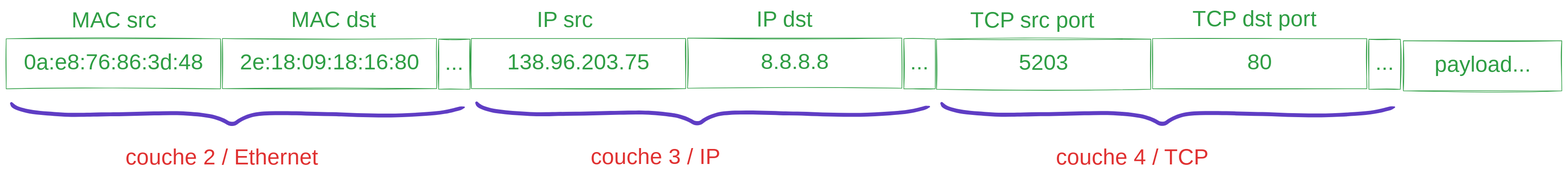
This is notebooks/media/packet-layers.excalidraw.svg from ue22-p25/backend, a Excalidraw export, as it was before one commit. Source tidied: one line per element, renumbered; positions are measured from the earlier drawing's top-left corner, leaving out a move shared by most shapes. Its diagram source:
```json
{"id": 0, "type": "freedraw", "strokeColor": "#5f3dc4", "backgroundColor": "#fa5252", "fillStyle": "solid", "strokeWidth": 1, "roughness": 1, "round": true, "x": 9, "y": 157, "width": 733, "height": 34, "points": [[0, 0], [0, -1], [3, 5], [20, 11], [49, 16], [83, 18], [115, 18], [146, 18], [191, 17], [233, 16], [271, 15], [304, 18], [332, 22], [348, 30], [355, 33], [365, 31], [379, 21], [401, 16], [428, 15], [461, 16], [509, 17], [554, 19], [605, 19], [676, 17], [716, 11], [733, 6]]}
{"id": 1, "type": "text", "text": "MAC dst", "strokeColor": "#2f9e44", "strokeWidth": 1, "roughness": 1, "fontSize": 36, "fontFamily": 5, "x": 461, "y": 2, "width": 150, "height": 45}
{"id": 2, "type": "rectangle", "strokeColor": "#2f9e44", "strokeWidth": 1, "roughness": 1, "x": 349, "y": 52, "width": 346, "height": 81}
{"id": 3, "type": "text", "text": "2e:18:09:18:16:80", "strokeColor": "#2f9e44", "strokeWidth": 1, "roughness": 1, "fontSize": 36, "fontFamily": 5, "textAlign": "center", "verticalAlign": "middle", "inside": 2, "x": 391, "y": 70, "width": 264, "height": 45}
{"id": 4, "type": "rectangle", "strokeColor": "#2f9e44", "strokeWidth": 1, "roughness": 1, "x": 0, "y": 52, "width": 346, "height": 81}
{"id": 5, "type": "text", "text": "0a:e8:76:86:3d:48", "strokeColor": "#2f9e44", "strokeWidth": 1, "roughness": 1, "fontSize": 36, "fontFamily": 5, "textAlign": "center", "verticalAlign": "middle", "inside": 4, "x": 42, "y": 70, "width": 262, "height": 45}
{"id": 6, "type": "text", "text": "MAC src", "strokeColor": "#2f9e44", "strokeWidth": 1, "roughness": 1, "fontSize": 36, "fontFamily": 5, "verticalAlign": "middle", "x": 106, "y": 2, "width": 141, "height": 45}
{"id": 7, "type": "rectangle", "strokeColor": "#2f9e44", "strokeWidth": 1, "roughness": 1, "x": 699, "y": 53, "width": 51, "height": 81}
{"id": 8, "type": "text", "text": "...", "strokeColor": "#2f9e44", "strokeWidth": 1, "roughness": 1, "fontSize": 36, "fontFamily": 5, "textAlign": "center", "verticalAlign": "middle", "inside": 7, "x": 711, "y": 71, "width": 27, "height": 45}
{"id": 9, "type": "text", "text": "couche 2 / Ethernet", "strokeColor": "#e03131", "strokeWidth": 1, "roughness": 1, "fontSize": 36, "fontFamily": 5, "x": 193, "y": 224, "width": 364, "height": 45}
{"id": 10, "type": "freedraw", "strokeColor": "#5f3dc4", "backgroundColor": "#fa5252", "fillStyle": "solid", "strokeWidth": 1, "roughness": 1, "round": true, "x": 761, "y": 156, "width": 733, "height": 34, "points": [[0, 0], [0, -1], [3, 5], [20, 11], [49, 16], [83, 18], [115, 18], [146, 18], [191, 17], [233, 16], [271, 15], [304, 18], [332, 22], [348, 30], [355, 33], [365, 31], [379, 21], [401, 16], [428, 15], [461, 16], [509, 17], [554, 19], [605, 19], [676, 17], [716, 11], [733, 6]]}
{"id": 11, "type": "text", "text": "IP dst", "strokeColor": "#2f9e44", "strokeWidth": 1, "roughness": 1, "fontSize": 36, "fontFamily": 5, "x": 1213, "y": 1, "width": 120, "height": 45}
{"id": 12, "type": "rectangle", "strokeColor": "#2f9e44", "strokeWidth": 1, "roughness": 1, "x": 1101, "y": 52, "width": 346, "height": 81}
{"id": 13, "type": "text", "text": "8.8.8.8", "strokeColor": "#2f9e44", "strokeWidth": 1, "roughness": 1, "fontSize": 36, "fontFamily": 5, "textAlign": "center", "verticalAlign": "middle", "inside": 12, "x": 1225, "y": 69, "width": 99, "height": 45}
{"id": 14, "type": "rectangle", "strokeColor": "#2f9e44", "strokeWidth": 1, "roughness": 1, "x": 752, "y": 52, "width": 346, "height": 81}
{"id": 15, "type": "text", "text": "138.96.203.75", "strokeColor": "#2f9e44", "strokeWidth": 1, "roughness": 1, "fontSize": 36, "fontFamily": 5, "textAlign": "center", "verticalAlign": "middle", "inside": 14, "x": 822, "y": 70, "width": 207, "height": 45}
{"id": 16, "type": "text", "text": "IP src", "strokeColor": "#2f9e44", "strokeWidth": 1, "roughness": 1, "fontSize": 36, "fontFamily": 5, "verticalAlign": "middle", "x": 858, "y": 2, "width": 112, "height": 45}
{"id": 17, "type": "rectangle", "strokeColor": "#2f9e44", "strokeWidth": 1, "roughness": 1, "x": 1451, "y": 52, "width": 51, "height": 81}
{"id": 18, "type": "text", "text": "...", "strokeColor": "#2f9e44", "strokeWidth": 1, "roughness": 1, "fontSize": 36, "fontFamily": 5, "textAlign": "center", "verticalAlign": "middle", "inside": 17, "x": 1463, "y": 70, "width": 27, "height": 45}
{"id": 19, "type": "text", "text": "couche 3 / IP", "strokeColor": "#e03131", "strokeWidth": 1, "roughness": 1, "fontSize": 36, "fontFamily": 5, "x": 945, "y": 223, "width": 247, "height": 45}
{"id": 20, "type": "freedraw", "strokeColor": "#5f3dc4", "backgroundColor": "#fa5252", "fillStyle": "solid", "strokeWidth": 1, "roughness": 1, "round": true, "x": 1512, "y": 157, "width": 733, "height": 34, "points": [[0, 0], [0, -1], [3, 5], [20, 11], [49, 16], [83, 18], [115, 18], [146, 18], [191, 17], [233, 16], [271, 15], [304, 18], [332, 22], [348, 30], [355, 33], [365, 31], [379, 21], [401, 16], [428, 15], [461, 16], [509, 17], [554, 19], [605, 19], [676, 17], [716, 11], [733, 6]]}
{"id": 21, "type": "text", "text": "TCP dst port", "strokeColor": "#2f9e44", "strokeWidth": 1, "roughness": 1, "fontSize": 36, "fontFamily": 5, "x": 1918, "y": 0, "width": 245, "height": 45}
{"id": 22, "type": "rectangle", "strokeColor": "#2f9e44", "strokeWidth": 1, "roughness": 1, "x": 1853, "y": 52, "width": 346, "height": 81}
{"id": 23, "type": "text", "text": "80", "strokeColor": "#2f9e44", "strokeWidth": 1, "roughness": 1, "fontSize": 36, "fontFamily": 5, "textAlign": "center", "verticalAlign": "middle", "inside": 22, "x": 2008, "y": 70, "width": 36, "height": 45}
{"id": 24, "type": "rectangle", "strokeColor": "#2f9e44", "strokeWidth": 1, "roughness": 1, "x": 1504, "y": 53, "width": 346, "height": 81}
{"id": 25, "type": "text", "text": "5203", "strokeColor": "#2f9e44", "strokeWidth": 1, "roughness": 1, "fontSize": 36, "fontFamily": 5, "textAlign": "center", "verticalAlign": "middle", "inside": 24, "x": 1641, "y": 71, "width": 72, "height": 45}
{"id": 26, "type": "text", "text": "TCP src port", "strokeColor": "#2f9e44", "strokeWidth": 1, "roughness": 1, "fontSize": 36, "fontFamily": 5, "verticalAlign": "middle", "x": 1559, "y": 3, "width": 237, "height": 45}
{"id": 27, "type": "rectangle", "strokeColor": "#2f9e44", "strokeWidth": 1, "roughness": 1, "x": 2203, "y": 53, "width": 51, "height": 81}
{"id": 28, "type": "text", "text": "...", "strokeColor": "#2f9e44", "strokeWidth": 1, "roughness": 1, "fontSize": 36, "fontFamily": 5, "textAlign": "center", "verticalAlign": "middle", "inside": 27, "x": 2215, "y": 71, "width": 27, "height": 45}
{"id": 29, "type": "text", "text": "couche 4 / TCP", "strokeColor": "#e03131", "strokeWidth": 1, "roughness": 1, "fontSize": 36, "fontFamily": 5, "x": 1697, "y": 224, "width": 280, "height": 45}
{"id": 30, "type": "rectangle", "strokeColor": "#2f9e44", "strokeWidth": 1, "roughness": 1, "x": 2259, "y": 56, "width": 256, "height": 81}
{"id": 31, "type": "text", "text": "payload...", "strokeColor": "#2f9e44", "strokeWidth": 1, "roughness": 1, "fontSize": 36, "fontFamily": 5, "textAlign": "center", "verticalAlign": "middle", "inside": 30, "x": 2316, "y": 74, "width": 141, "height": 45}
```
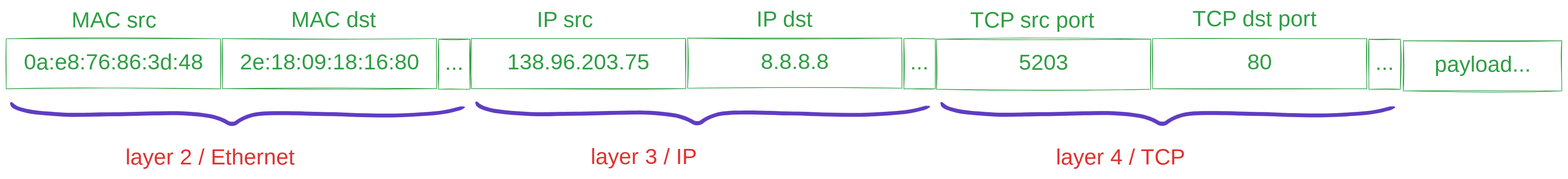
Above is the later version.

Change to the diagram source:
```diff
@@ -7,7 +7,7 @@
 {"id": 6, "type": "text", "text": "MAC src", "strokeColor": "#2f9e44", "strokeWidth": 1, "roughness": 1, "fontSize": 36, "fontFamily": 5, "verticalAlign": "middle", "x": 106, "y": 2, "width": 141, "height": 45}
 {"id": 7, "type": "rectangle", "strokeColor": "#2f9e44", "strokeWidth": 1, "roughness": 1, "x": 699, "y": 53, "width": 51, "height": 81}
 {"id": 8, "type": "text", "text": "...", "strokeColor": "#2f9e44", "strokeWidth": 1, "roughness": 1, "fontSize": 36, "fontFamily": 5, "textAlign": "center", "verticalAlign": "middle", "inside": 7, "x": 711, "y": 71, "width": 27, "height": 45}
-{"id": 9, "type": "text", "text": "couche 2 / Ethernet", "strokeColor": "#e03131", "strokeWidth": 1, "roughness": 1, "fontSize": 36, "fontFamily": 5, "x": 193, "y": 224, "width": 364, "height": 45}
+{"id": 9, "type": "text", "text": "layer 2 / Ethernet", "strokeColor": "#e03131", "strokeWidth": 1, "roughness": 1, "fontSize": 36, "fontFamily": 5, "x": 193, "y": 224, "width": 329, "height": 45}
 {"id": 10, "type": "freedraw", "strokeColor": "#5f3dc4", "backgroundColor": "#fa5252", "fillStyle": "solid", "strokeWidth": 1, "roughness": 1, "round": true, "x": 761, "y": 156, "width": 733, "height": 34, "points": [[0, 0], [0, -1], [3, 5], [20, 11], [49, 16], [83, 18], [115, 18], [146, 18], [191, 17], [233, 16], [271, 15], [304, 18], [332, 22], [348, 30], [355, 33], [365, 31], [379, 21], [401, 16], [428, 15], [461, 16], [509, 17], [554, 19], [605, 19], [676, 17], [716, 11], [733, 6]]}
 {"id": 11, "type": "text", "text": "IP dst", "strokeColor": "#2f9e44", "strokeWidth": 1, "roughness": 1, "fontSize": 36, "fontFamily": 5, "x": 1213, "y": 1, "width": 120, "height": 45}
 {"id": 12, "type": "rectangle", "strokeColor": "#2f9e44", "strokeWidth": 1, "roughness": 1, "x": 1101, "y": 52, "width": 346, "height": 81}
@@ -17,7 +17,7 @@
 {"id": 16, "type": "text", "text": "IP src", "strokeColor": "#2f9e44", "strokeWidth": 1, "roughness": 1, "fontSize": 36, "fontFamily": 5, "verticalAlign": "middle", "x": 858, "y": 2, "width": 112, "height": 45}
 {"id": 17, "type": "rectangle", "strokeColor": "#2f9e44", "strokeWidth": 1, "roughness": 1, "x": 1451, "y": 52, "width": 51, "height": 81}
 {"id": 18, "type": "text", "text": "...", "strokeColor": "#2f9e44", "strokeWidth": 1, "roughness": 1, "fontSize": 36, "fontFamily": 5, "textAlign": "center", "verticalAlign": "middle", "inside": 17, "x": 1463, "y": 70, "width": 27, "height": 45}
-{"id": 19, "type": "text", "text": "couche 3 / IP", "strokeColor": "#e03131", "strokeWidth": 1, "roughness": 1, "fontSize": 36, "fontFamily": 5, "x": 945, "y": 223, "width": 247, "height": 45}
+{"id": 19, "type": "text", "text": "layer 3 / IP", "strokeColor": "#e03131", "strokeWidth": 1, "roughness": 1, "fontSize": 36, "fontFamily": 5, "x": 945, "y": 223, "width": 212, "height": 45}
 {"id": 20, "type": "freedraw", "strokeColor": "#5f3dc4", "backgroundColor": "#fa5252", "fillStyle": "solid", "strokeWidth": 1, "roughness": 1, "round": true, "x": 1512, "y": 157, "width": 733, "height": 34, "points": [[0, 0], [0, -1], [3, 5], [20, 11], [49, 16], [83, 18], [115, 18], [146, 18], [191, 17], [233, 16], [271, 15], [304, 18], [332, 22], [348, 30], [355, 33], [365, 31], [379, 21], [401, 16], [428, 15], [461, 16], [509, 17], [554, 19], [605, 19], [676, 17], [716, 11], [733, 6]]}
 {"id": 21, "type": "text", "text": "TCP dst port", "strokeColor": "#2f9e44", "strokeWidth": 1, "roughness": 1, "fontSize": 36, "fontFamily": 5, "x": 1918, "y": 0, "width": 245, "height": 45}
 {"id": 22, "type": "rectangle", "strokeColor": "#2f9e44", "strokeWidth": 1, "roughness": 1, "x": 1853, "y": 52, "width": 346, "height": 81}
@@ -27,6 +27,6 @@
 {"id": 26, "type": "text", "text": "TCP src port", "strokeColor": "#2f9e44", "strokeWidth": 1, "roughness": 1, "fontSize": 36, "fontFamily": 5, "verticalAlign": "middle", "x": 1559, "y": 3, "width": 237, "height": 45}
 {"id": 27, "type": "rectangle", "strokeColor": "#2f9e44", "strokeWidth": 1, "roughness": 1, "x": 2203, "y": 53, "width": 51, "height": 81}
 {"id": 28, "type": "text", "text": "...", "strokeColor": "#2f9e44", "strokeWidth": 1, "roughness": 1, "fontSize": 36, "fontFamily": 5, "textAlign": "center", "verticalAlign": "middle", "inside": 27, "x": 2215, "y": 71, "width": 27, "height": 45}
-{"id": 29, "type": "text", "text": "couche 4 / TCP", "strokeColor": "#e03131", "strokeWidth": 1, "roughness": 1, "fontSize": 36, "fontFamily": 5, "x": 1697, "y": 224, "width": 280, "height": 45}
+{"id": 29, "type": "text", "text": "layer 4 / TCP", "strokeColor": "#e03131", "strokeWidth": 1, "roughness": 1, "fontSize": 36, "fontFamily": 5, "x": 1697, "y": 224, "width": 245, "height": 45}
 {"id": 30, "type": "rectangle", "strokeColor": "#2f9e44", "strokeWidth": 1, "roughness": 1, "x": 2259, "y": 56, "width": 256, "height": 81}
 {"id": 31, "type": "text", "text": "payload...", "strokeColor": "#2f9e44", "strokeWidth": 1, "roughness": 1, "fontSize": 36, "fontFamily": 5, "textAlign": "center", "verticalAlign": "middle", "inside": 30, "x": 2316, "y": 74, "width": 141, "height": 45}
```
